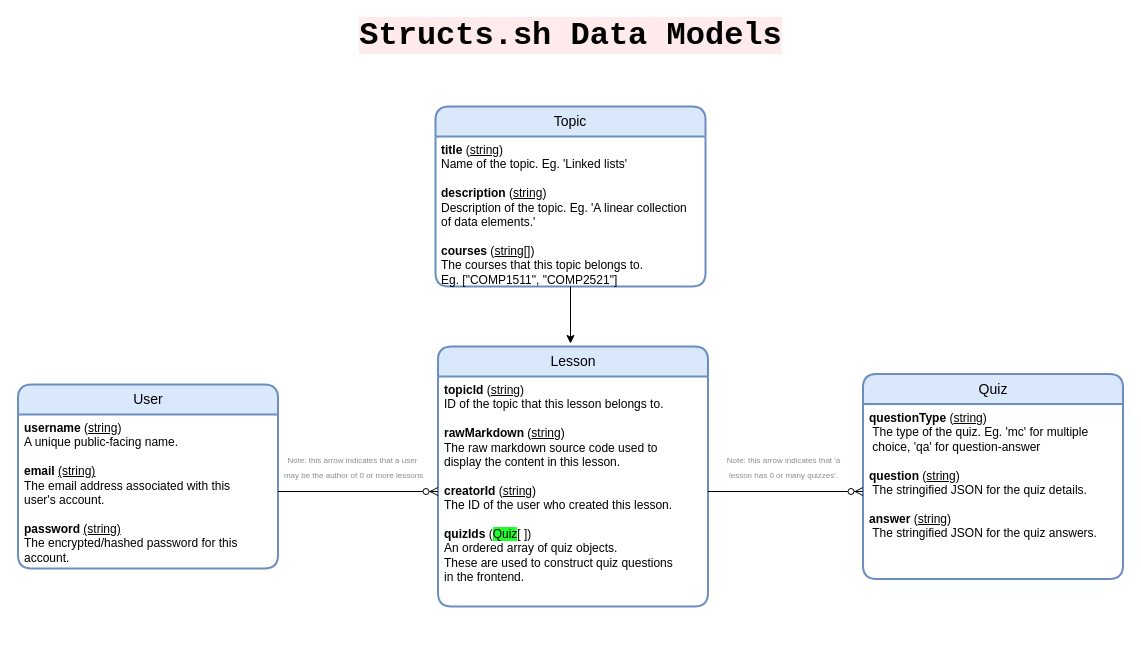
This is structs-datamodels.drawio from devsoc-unsw/structs.sh, a draw.io file, before an edit. Source tidied: cells renumbered, new cells numbered last; positions are measured from the earlier drawing's top-left corner, leaving out a move shared by most shapes. Both pictures are drawn from the tidied source at 100%, with x=0, y=0 at pixel (17, 26).
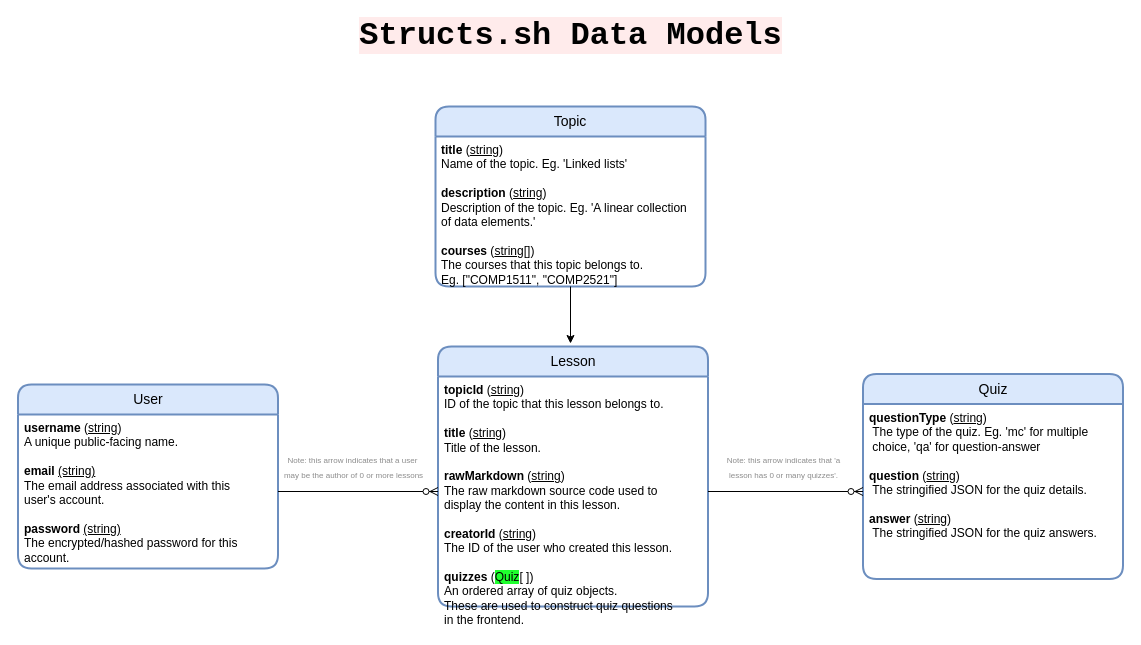
After the change.

Change to the diagram source:
```diff
@@
 <mxGraphModel>
   <root>
     <mxCell id="0" />
     <mxCell id="1" parent="0" />
     <mxCell id="2" value="&lt;b&gt;&lt;font style=&quot;font-size: 32px ; background-color: rgb(255 , 235 , 235)&quot; face=&quot;Courier New&quot;&gt;Structs.sh Data Models&lt;/font&gt;&lt;/b&gt;" style="text;html=1;align=center;verticalAlign=middle;strokeColor=none;fontFamily=Helvetica;" parent="1" vertex="1">
       <mxGeometry x="333" width="440" height="20" as="geometry" />
     </mxCell>
     <mxCell id="3" value="Lesson" style="swimlane;horizontal=1;startSize=30;rounded=1;fontSize=14;fontStyle=0;strokeWidth=2;shadow=0;dashed=0;align=center;fontFamily=Helvetica;fillColor=#dae8fc;strokeColor=#6c8ebf;whiteSpace=wrap;" parent="1" vertex="1">
       <mxGeometry x="420.5" y="320" width="270" height="260" as="geometry" />
     </mxCell>
-    <mxCell id="4" value="&lt;b&gt;topicId&amp;nbsp;&lt;/b&gt;(&lt;u&gt;string&lt;/u&gt;)&lt;br&gt;ID of the topic that this lesson belongs to.&lt;b&gt;&lt;br&gt;&lt;br&gt;rawMarkdown&lt;/b&gt; (&lt;u&gt;string&lt;/u&gt;)&lt;br&gt;&lt;span&gt; &lt;/span&gt;The raw markdown source code used to&amp;nbsp;&lt;br&gt;&lt;span&gt; &lt;/span&gt;display the content in this lesson.&lt;br&gt;&lt;br&gt;&lt;b&gt;creatorId&lt;/b&gt; (&lt;u&gt;string&lt;/u&gt;)&lt;br&gt;&lt;span&gt; &lt;/span&gt;The ID of the user who created this lesson.&lt;br&gt;&lt;br&gt;&lt;b&gt;quizIds &lt;/b&gt;(&lt;span style=&quot;background-color: rgb(31 , 255 , 46)&quot;&gt;Quiz&lt;/span&gt;[ ])&lt;br&gt;&lt;span&gt;&lt;span&gt; &lt;/span&gt;An ordered array of quiz objects.&lt;br&gt;&lt;span&gt; &lt;/span&gt;These are used to construct quiz questions&lt;br&gt;&lt;span&gt; &lt;/span&gt;in the frontend.&lt;br&gt;&lt;/span&gt;" style="align=left;strokeColor=none;fillColor=none;spacingLeft=4;fontSize=12;verticalAlign=top;fontStyle=0;html=1;" parent="3" vertex="1">
+    <mxCell id="4" value="&lt;b&gt;topicId&amp;nbsp;&lt;/b&gt;(&lt;u&gt;string&lt;/u&gt;)&lt;br&gt;ID of the topic that this lesson belongs to.&lt;b&gt;&lt;br&gt;&lt;br&gt;title&lt;/b&gt;&amp;nbsp;(&lt;u&gt;string&lt;/u&gt;)&lt;br&gt;Title of the lesson.&lt;br&gt;&lt;br&gt;&lt;b&gt;rawMarkdown&lt;/b&gt; (&lt;u&gt;string&lt;/u&gt;)&lt;br&gt;&lt;span&gt; &lt;/span&gt;The raw markdown source code used to&amp;nbsp;&lt;br&gt;&lt;span&gt; &lt;/span&gt;display the content in this lesson.&lt;br&gt;&lt;br&gt;&lt;b&gt;creatorId&lt;/b&gt; (&lt;u&gt;string&lt;/u&gt;)&lt;br&gt;&lt;span&gt; &lt;/span&gt;The ID of the user who created this lesson.&lt;br&gt;&lt;br&gt;&lt;b&gt;quizzes&amp;nbsp;&lt;/b&gt;(&lt;span style=&quot;background-color: rgb(31 , 255 , 46)&quot;&gt;Quiz&lt;/span&gt;[ ])&lt;br&gt;&lt;span&gt;&lt;span&gt; &lt;/span&gt;An ordered array of quiz objects.&lt;br&gt;&lt;span&gt; &lt;/span&gt;These are used to construct quiz questions&lt;br&gt;&lt;span&gt; &lt;/span&gt;in the frontend.&lt;br&gt;&lt;/span&gt;" style="align=left;strokeColor=none;fillColor=none;spacingLeft=4;fontSize=12;verticalAlign=top;fontStyle=0;html=1;" parent="3" vertex="1">
       <mxGeometry y="30" width="270" height="230" as="geometry" />
     </mxCell>
     <mxCell id="5" value="User" style="swimlane;horizontal=1;startSize=30;rounded=1;fontSize=14;fontStyle=0;strokeWidth=2;shadow=0;dashed=0;align=center;fontFamily=Helvetica;fillColor=#dae8fc;strokeColor=#6c8ebf;whiteSpace=wrap;html=1;" parent="1" vertex="1">
       <mxGeometry x="0.5" y="358" width="260" height="184" as="geometry" />
     </mxCell>
     <mxCell id="6" value="&lt;b&gt;username &lt;/b&gt;(&lt;u&gt;string&lt;/u&gt;)&lt;br&gt;A unique public-facing name.&lt;br&gt;&lt;br&gt;&lt;b&gt;email&lt;/b&gt; &lt;u&gt;(string)&lt;/u&gt;&lt;br&gt;The email address associated with this &lt;br&gt;user's account.&lt;br&gt;&lt;br&gt;&lt;b&gt;password&lt;/b&gt; &lt;u&gt;(string)&lt;/u&gt;&lt;br&gt;The encrypted/hashed password for this &lt;br&gt;account." style="align=left;strokeColor=none;fillColor=none;spacingLeft=4;fontSize=12;verticalAlign=top;fontStyle=0;html=1;" parent="5" vertex="1">
       <mxGeometry y="30" width="260" height="154" as="geometry" />
     </mxCell>
     <mxCell id="7" value="Quiz" style="swimlane;horizontal=1;startSize=30;rounded=1;fontSize=14;fontStyle=0;strokeWidth=2;shadow=0;dashed=0;align=center;fontFamily=Helvetica;fillColor=#dae8fc;strokeColor=#6c8ebf;whiteSpace=wrap;" parent="1" vertex="1">
       <mxGeometry x="845.5" y="347.5" width="260" height="205" as="geometry" />
     </mxCell>
     <mxCell id="8" value="&lt;b&gt;questionType &lt;/b&gt;(&lt;u&gt;string&lt;/u&gt;)&lt;br&gt;&lt;span style=&quot;white-space: pre&quot;&gt; &lt;/span&gt;The type of the quiz. Eg. 'mc' for multiple&lt;br&gt;&lt;span style=&quot;white-space: pre&quot;&gt; &lt;/span&gt;choice, 'qa' for question-answer&lt;br&gt;&lt;br&gt;&lt;b&gt;question&lt;/b&gt; (&lt;u&gt;string&lt;/u&gt;)&lt;br&gt;&lt;span style=&quot;white-space: pre&quot;&gt; &lt;/span&gt;The stringified JSON for the quiz details.&lt;br&gt;&lt;br&gt;&lt;b&gt;answer&lt;/b&gt; (&lt;u&gt;string&lt;/u&gt;)&lt;br&gt;&lt;span style=&quot;white-space: pre&quot;&gt; &lt;/span&gt;The stringified JSON for the quiz answers." style="align=left;strokeColor=none;fillColor=none;spacingLeft=4;fontSize=12;verticalAlign=top;fontStyle=0;html=1;" parent="7" vertex="1">
       <mxGeometry y="30" width="260" height="175" as="geometry" />
     </mxCell>
     <mxCell id="9" value="&lt;font color=&quot;#8c8c8c&quot; style=&quot;font-size: 8px&quot;&gt;Note: this arrow indicates that 'a &lt;br&gt;lesson has 0 or many&amp;nbsp;quizzes'.&lt;/font&gt;" style="text;html=1;align=center;verticalAlign=middle;strokeColor=none;fontFamily=Helvetica;" parent="1" vertex="1">
       <mxGeometry x="700.5" y="425" width="130" height="30" as="geometry" />
     </mxCell>
     <mxCell id="10" style="edgeStyle=entityRelationEdgeStyle;fontSize=12;html=1;endArrow=ERzeroToMany;endFill=1;fontFamily=Helvetica;exitX=1;exitY=0.5;exitDx=0;exitDy=0;entryX=0;entryY=0.5;entryDx=0;entryDy=0;" parent="1" edge="1" source="4" target="8">
       <mxGeometry relative="1" as="geometry" />
     </mxCell>
     <mxCell id="11" value="&lt;font color=&quot;#8c8c8c&quot; style=&quot;font-size: 8px&quot;&gt;Note: this arrow indicates that a user&amp;nbsp;&lt;br&gt;may be the author of 0 or more lessons&lt;br&gt;&lt;/font&gt;" style="text;html=1;align=center;verticalAlign=middle;strokeColor=none;fontFamily=Helvetica;" parent="1" vertex="1">
       <mxGeometry x="260.5" y="420" width="150" height="40" as="geometry" />
     </mxCell>
     <mxCell id="12" style="edgeStyle=entityRelationEdgeStyle;fontSize=12;html=1;endArrow=ERzeroToMany;endFill=1;fontFamily=Helvetica;exitX=1;exitY=0.5;exitDx=0;exitDy=0;entryX=0;entryY=0.5;entryDx=0;entryDy=0;" parent="1" edge="1" source="6" target="4">
       <mxGeometry relative="1" as="geometry" />
     </mxCell>
     <mxCell id="13" value="Topic" style="swimlane;horizontal=1;startSize=30;rounded=1;fontSize=14;fontStyle=0;strokeWidth=2;shadow=0;dashed=0;align=center;fontFamily=Helvetica;fillColor=#dae8fc;strokeColor=#6c8ebf;whiteSpace=wrap;" parent="1" vertex="1">
       <mxGeometry x="418" y="80" width="270" height="180" as="geometry" />
     </mxCell>
     <mxCell id="14" value="&lt;span style=&quot;white-space: pre&quot;&gt;&lt;b&gt;title &lt;/b&gt;(&lt;u&gt;string&lt;/u&gt;)&lt;b&gt;&lt;br&gt;&lt;/b&gt;Name of the topic. Eg. 'Linked lists'&lt;b&gt;&lt;br&gt;&lt;br&gt;description&lt;/b&gt; (&lt;u&gt;string&lt;/u&gt;)&lt;br&gt;Description of the topic. Eg. 'A linear collection&lt;br/&gt;of data elements.'&lt;br&gt;&lt;br&gt;&lt;b&gt;courses&lt;/b&gt; (&lt;u&gt;string[]&lt;/u&gt;)&lt;br&gt;The courses that this topic belongs to.&lt;br/&gt;Eg. [&quot;COMP1511&quot;, &quot;COMP2521&quot;]&lt;br&gt;&lt;/span&gt;" style="align=left;strokeColor=none;fillColor=none;spacingLeft=4;fontSize=12;verticalAlign=top;fontStyle=0;html=1;" parent="13" vertex="1">
       <mxGeometry y="30" width="270" height="150" as="geometry" />
     </mxCell>
     <mxCell id="15" style="edgeStyle=orthogonalEdgeStyle;rounded=0;jettySize=auto;html=1;" parent="1" edge="1" source="14">
       <mxGeometry relative="1" as="geometry">
         <mxPoint x="553" y="317" as="targetPoint" />
       </mxGeometry>
     </mxCell>
   </root>
 </mxGraphModel>
```
